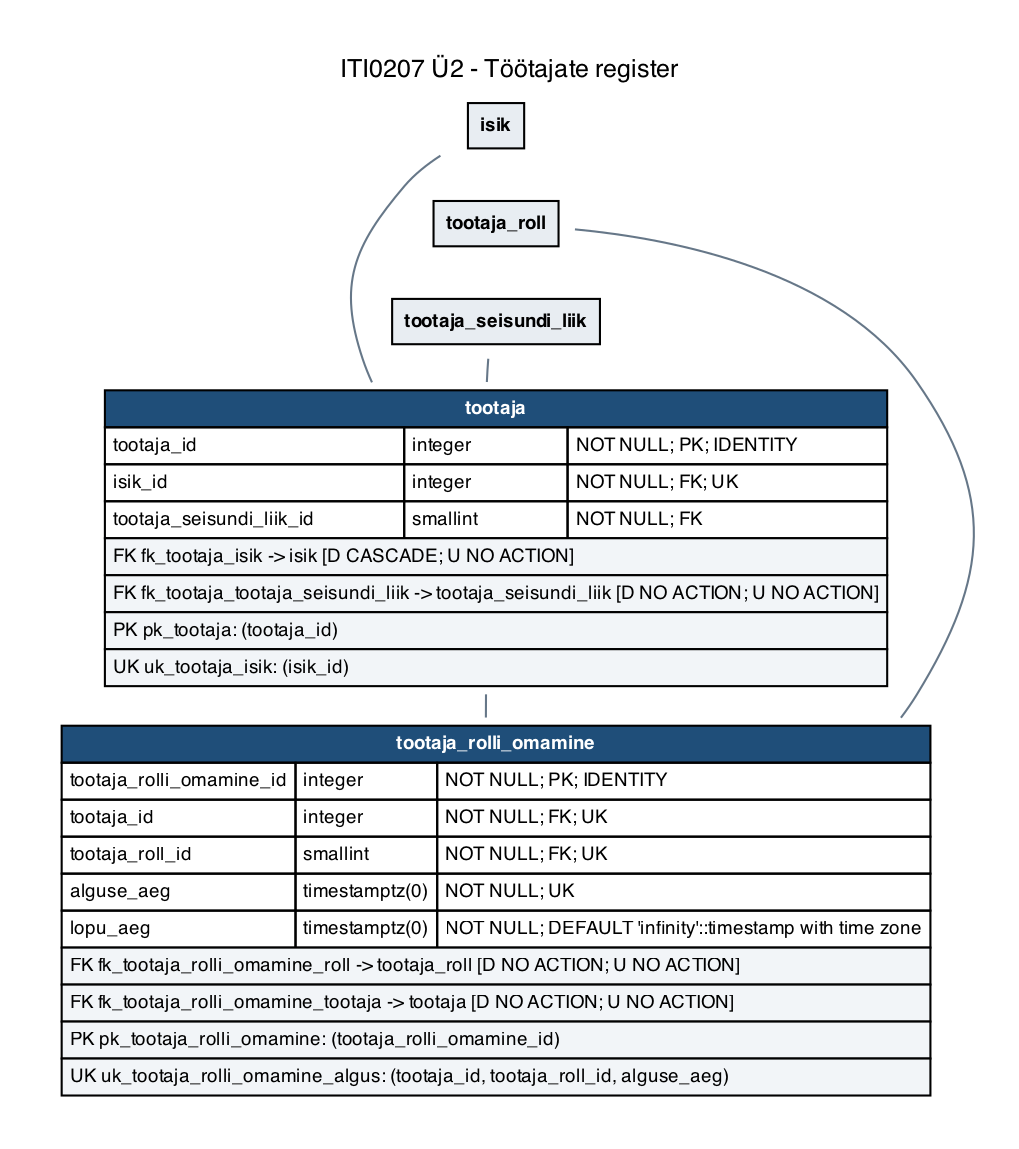
tamkivi/andmebaasid-projekt keeps this Graphviz diagram as iti0207-epood/docs/diagrams/u2-03-tootajad.png. Above is the earlier version. Its source is kept beside it as iti0207-epood/docs/diagrams/u2-03-tootajad.dot.
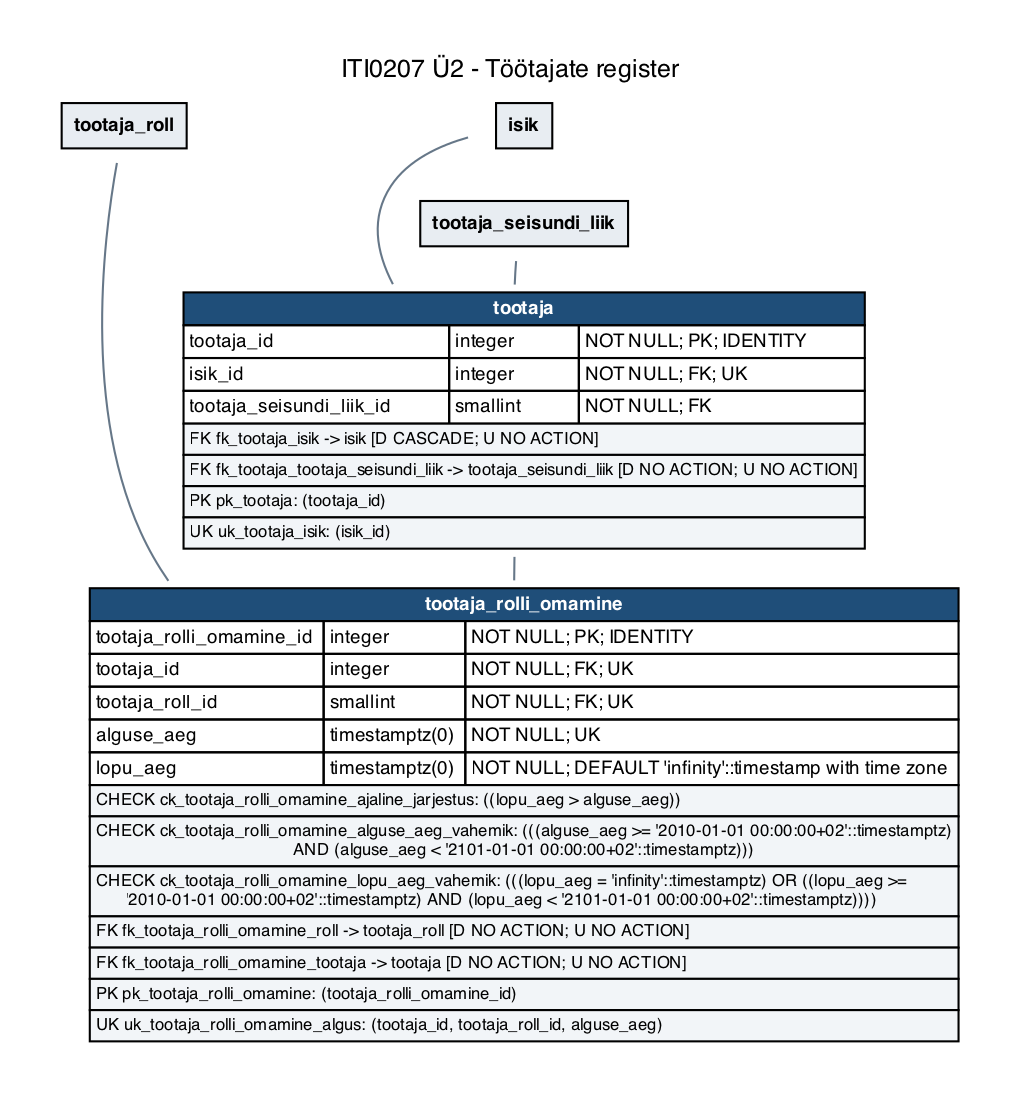
After the change.

The edit, as a diff of the source:
```diff
@@ -5,8 +5,8 @@
   edge [color="#667788", dir=none, fontsize=8, fontname=Helvetica];
   labelloc="t";
   label="ITI0207 Ü2 - Töötajate register";
-  "tootaja" [label=<<TABLE BORDER="0" CELLBORDER="1" CELLSPACING="0" CELLPADDING="3"><TR><TD COLSPAN="3" BGCOLOR="#1f4e79"><FONT COLOR="white"><B>tootaja</B></FONT></TD></TR><TR><TD ALIGN="LEFT">tootaja_id</TD><TD ALIGN="LEFT">integer</TD><TD ALIGN="LEFT">NOT NULL; PK; IDENTITY</TD></TR><TR><TD ALIGN="LEFT">isik_id</TD><TD ALIGN="LEFT">integer</TD><TD ALIGN="LEFT">NOT NULL; FK; UK</TD></TR><TR><TD ALIGN="LEFT">tootaja_seisundi_liik_id</TD><TD ALIGN="LEFT">smallint</TD><TD ALIGN="LEFT">NOT NULL; FK</TD></TR><TR><TD COLSPAN="3" ALIGN="LEFT" BGCOLOR="#f2f5f8"><FONT POINT-SIZE="9">FK fk_tootaja_isik -&gt; isik [D CASCADE; U NO ACTION]</FONT></TD></TR><TR><TD COLSPAN="3" ALIGN="LEFT" BGCOLOR="#f2f5f8"><FONT POINT-SIZE="9">FK fk_tootaja_tootaja_seisundi_liik -&gt; tootaja_seisundi_liik [D NO ACTION; U NO ACTION]</FONT></TD></TR><TR><TD COLSPAN="3" ALIGN="LEFT" BGCOLOR="#f2f5f8"><FONT POINT-SIZE="9">PK pk_tootaja: (tootaja_id)</FONT></TD></TR><TR><TD COLSPAN="3" ALIGN="LEFT" BGCOLOR="#f2f5f8"><FONT POINT-SIZE="9">UK uk_tootaja_isik: (isik_id)</FONT></TD></TR></TABLE>>];
-  "tootaja_rolli_omamine" [label=<<TABLE BORDER="0" CELLBORDER="1" CELLSPACING="0" CELLPADDING="3"><TR><TD COLSPAN="3" BGCOLOR="#1f4e79"><FONT COLOR="white"><B>tootaja_rolli_omamine</B></FONT></TD></TR><TR><TD ALIGN="LEFT">tootaja_rolli_omamine_id</TD><TD ALIGN="LEFT">integer</TD><TD ALIGN="LEFT">NOT NULL; PK; IDENTITY</TD></TR><TR><TD ALIGN="LEFT">tootaja_id</TD><TD ALIGN="LEFT">integer</TD><TD ALIGN="LEFT">NOT NULL; FK; UK</TD></TR><TR><TD ALIGN="LEFT">tootaja_roll_id</TD><TD ALIGN="LEFT">smallint</TD><TD ALIGN="LEFT">NOT NULL; FK; UK</TD></TR><TR><TD ALIGN="LEFT">alguse_aeg</TD><TD ALIGN="LEFT">timestamptz(0)</TD><TD ALIGN="LEFT">NOT NULL; UK</TD></TR><TR><TD ALIGN="LEFT">lopu_aeg</TD><TD ALIGN="LEFT">timestamptz(0)</TD><TD ALIGN="LEFT">NOT NULL; DEFAULT &#x27;infinity&#x27;::timestamp with time zone</TD></TR><TR><TD COLSPAN="3" ALIGN="LEFT" BGCOLOR="#f2f5f8"><FONT POINT-SIZE="9">FK fk_tootaja_rolli_omamine_roll -&gt; tootaja_roll [D NO ACTION; U NO ACTION]</FONT></TD></TR><TR><TD COLSPAN="3" ALIGN="LEFT" BGCOLOR="#f2f5f8"><FONT POINT-SIZE="9">FK fk_tootaja_rolli_omamine_tootaja -&gt; tootaja [D NO ACTION; U NO ACTION]</FONT></TD></TR><TR><TD COLSPAN="3" ALIGN="LEFT" BGCOLOR="#f2f5f8"><FONT POINT-SIZE="9">PK pk_tootaja_rolli_omamine: (tootaja_rolli_omamine_id)</FONT></TD></TR><TR><TD COLSPAN="3" ALIGN="LEFT" BGCOLOR="#f2f5f8"><FONT POINT-SIZE="9">UK uk_tootaja_rolli_omamine_algus: (tootaja_id, tootaja_roll_id, alguse_aeg)</FONT></TD></TR></TABLE>>];
+  "tootaja" [label=<<TABLE BORDER="0" CELLBORDER="1" CELLSPACING="0" CELLPADDING="2"><TR><TD COLSPAN="3" BGCOLOR="#1f4e79"><FONT COLOR="white"><B>tootaja</B></FONT></TD></TR><TR><TD ALIGN="LEFT">tootaja_id</TD><TD ALIGN="LEFT">integer</TD><TD ALIGN="LEFT">NOT NULL; PK; IDENTITY</TD></TR><TR><TD ALIGN="LEFT">isik_id</TD><TD ALIGN="LEFT">integer</TD><TD ALIGN="LEFT">NOT NULL; FK; UK</TD></TR><TR><TD ALIGN="LEFT">tootaja_seisundi_liik_id</TD><TD ALIGN="LEFT">smallint</TD><TD ALIGN="LEFT">NOT NULL; FK</TD></TR><TR><TD COLSPAN="3" ALIGN="LEFT" BGCOLOR="#f2f5f8"><FONT POINT-SIZE="8">FK fk_tootaja_isik -&gt; isik [D CASCADE; U NO ACTION]</FONT></TD></TR><TR><TD COLSPAN="3" ALIGN="LEFT" BGCOLOR="#f2f5f8"><FONT POINT-SIZE="8">FK fk_tootaja_tootaja_seisundi_liik -&gt; tootaja_seisundi_liik [D NO ACTION; U NO ACTION]</FONT></TD></TR><TR><TD COLSPAN="3" ALIGN="LEFT" BGCOLOR="#f2f5f8"><FONT POINT-SIZE="8">PK pk_tootaja: (tootaja_id)</FONT></TD></TR><TR><TD COLSPAN="3" ALIGN="LEFT" BGCOLOR="#f2f5f8"><FONT POINT-SIZE="8">UK uk_tootaja_isik: (isik_id)</FONT></TD></TR></TABLE>>];
+  "tootaja_rolli_omamine" [label=<<TABLE BORDER="0" CELLBORDER="1" CELLSPACING="0" CELLPADDING="2"><TR><TD COLSPAN="3" BGCOLOR="#1f4e79"><FONT COLOR="white"><B>tootaja_rolli_omamine</B></FONT></TD></TR><TR><TD ALIGN="LEFT">tootaja_rolli_omamine_id</TD><TD ALIGN="LEFT">integer</TD><TD ALIGN="LEFT">NOT NULL; PK; IDENTITY</TD></TR><TR><TD ALIGN="LEFT">tootaja_id</TD><TD ALIGN="LEFT">integer</TD><TD ALIGN="LEFT">NOT NULL; FK; UK</TD></TR><TR><TD ALIGN="LEFT">tootaja_roll_id</TD><TD ALIGN="LEFT">smallint</TD><TD ALIGN="LEFT">NOT NULL; FK; UK</TD></TR><TR><TD ALIGN="LEFT">alguse_aeg</TD><TD ALIGN="LEFT">timestamptz(0)</TD><TD ALIGN="LEFT">NOT NULL; UK</TD></TR><TR><TD ALIGN="LEFT">lopu_aeg</TD><TD ALIGN="LEFT">timestamptz(0)</TD><TD ALIGN="LEFT">NOT NULL; DEFAULT &#x27;infinity&#x27;::timestamp with time zone</TD></TR><TR><TD COLSPAN="3" ALIGN="LEFT" BGCOLOR="#f2f5f8"><FONT POINT-SIZE="8">CHECK ck_tootaja_rolli_omamine_ajaline_jarjestus: ((lopu_aeg &gt; alguse_aeg))</FONT></TD></TR><TR><TD COLSPAN="3" ALIGN="LEFT" BGCOLOR="#f2f5f8"><FONT POINT-SIZE="8">CHECK ck_tootaja_rolli_omamine_alguse_aeg_vahemik: (((alguse_aeg &gt;= &#x27;2010-01-01 00:00:00+02&#x27;::timestamptz)<BR ALIGN="LEFT"/>AND (alguse_aeg &lt; &#x27;2101-01-01 00:00:00+02&#x27;::timestamptz)))</FONT></TD></TR><TR><TD COLSPAN="3" ALIGN="LEFT" BGCOLOR="#f2f5f8"><FONT POINT-SIZE="8">CHECK ck_tootaja_rolli_omamine_lopu_aeg_vahemik: (((lopu_aeg = &#x27;infinity&#x27;::timestamptz) OR ((lopu_aeg &gt;=<BR ALIGN="LEFT"/>&#x27;2010-01-01 00:00:00+02&#x27;::timestamptz) AND (lopu_aeg &lt; &#x27;2101-01-01 00:00:00+02&#x27;::timestamptz))))</FONT></TD></TR><TR><TD COLSPAN="3" ALIGN="LEFT" BGCOLOR="#f2f5f8"><FONT POINT-SIZE="8">FK fk_tootaja_rolli_omamine_roll -&gt; tootaja_roll [D NO ACTION; U NO ACTION]</FONT></TD></TR><TR><TD COLSPAN="3" ALIGN="LEFT" BGCOLOR="#f2f5f8"><FONT POINT-SIZE="8">FK fk_tootaja_rolli_omamine_tootaja -&gt; tootaja [D NO ACTION; U NO ACTION]</FONT></TD></TR><TR><TD COLSPAN="3" ALIGN="LEFT" BGCOLOR="#f2f5f8"><FONT POINT-SIZE="8">PK pk_tootaja_rolli_omamine: (tootaja_rolli_omamine_id)</FONT></TD></TR><TR><TD COLSPAN="3" ALIGN="LEFT" BGCOLOR="#f2f5f8"><FONT POINT-SIZE="8">UK uk_tootaja_rolli_omamine_algus: (tootaja_id, tootaja_roll_id, alguse_aeg)</FONT></TD></TR></TABLE>>];
   "isik" [label=<<TABLE BORDER="0" CELLBORDER="1" CELLSPACING="0" CELLPADDING="5"><TR><TD BGCOLOR="#e8edf2"><B>isik</B></TD></TR></TABLE>>];
   "tootaja_roll" [label=<<TABLE BORDER="0" CELLBORDER="1" CELLSPACING="0" CELLPADDING="5"><TR><TD BGCOLOR="#e8edf2"><B>tootaja_roll</B></TD></TR></TABLE>>];
   "tootaja_seisundi_liik" [label=<<TABLE BORDER="0" CELLBORDER="1" CELLSPACING="0" CELLPADDING="5"><TR><TD BGCOLOR="#e8edf2"><B>tootaja_seisundi_liik</B></TD></TR></TABLE>>];
@@ -14,8 +14,8 @@
   "tootaja_seisundi_liik" -> "tootaja";
   "tootaja_roll" -> "tootaja_rolli_omamine";
   "tootaja" -> "tootaja_rolli_omamine";
-  "isik" -> "tootaja_roll" [style=invis, weight=100];
-  "tootaja_roll" -> "tootaja_seisundi_liik" [style=invis, weight=100];
+  { rank=same; "isik"; "tootaja_roll"; }
+  "isik" -> "tootaja_seisundi_liik" [style=invis, weight=100];
   "tootaja_seisundi_liik" -> "tootaja" [style=invis, weight=100];
   "tootaja" -> "tootaja_rolli_omamine" [style=invis, weight=100];
 }
```
